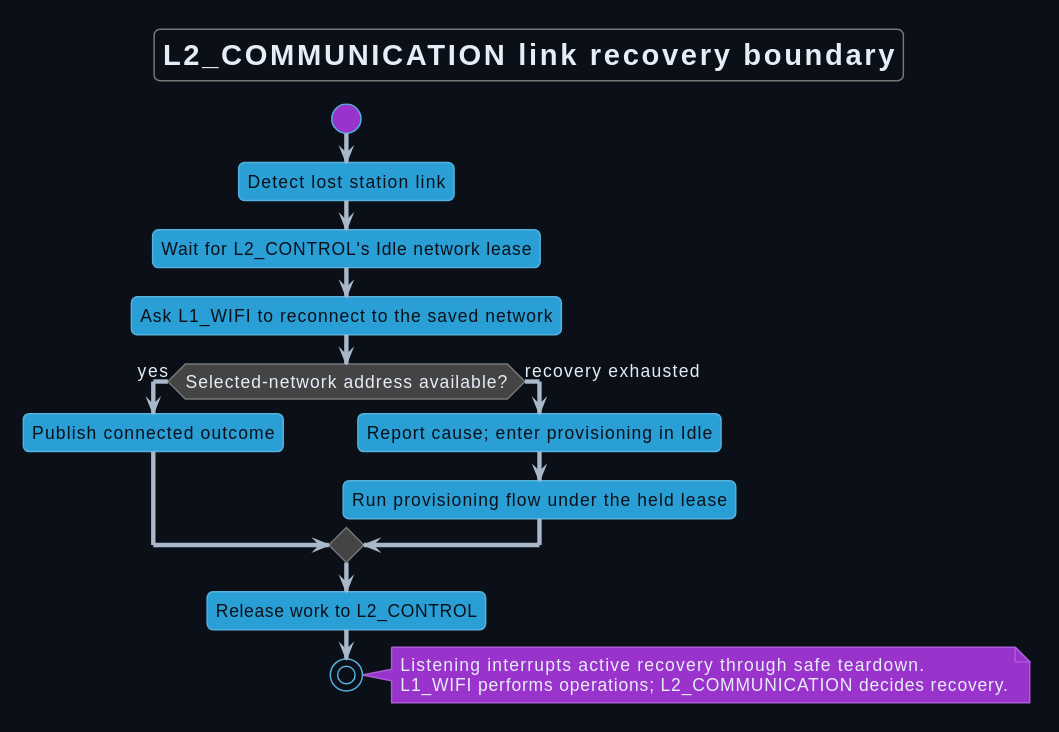
Above: Development/system/architecture/COMMUNICATION/rendered/link_recovery.svg in DemonicPsychoII/DigitalStethoscope (PlantUML), before the change.
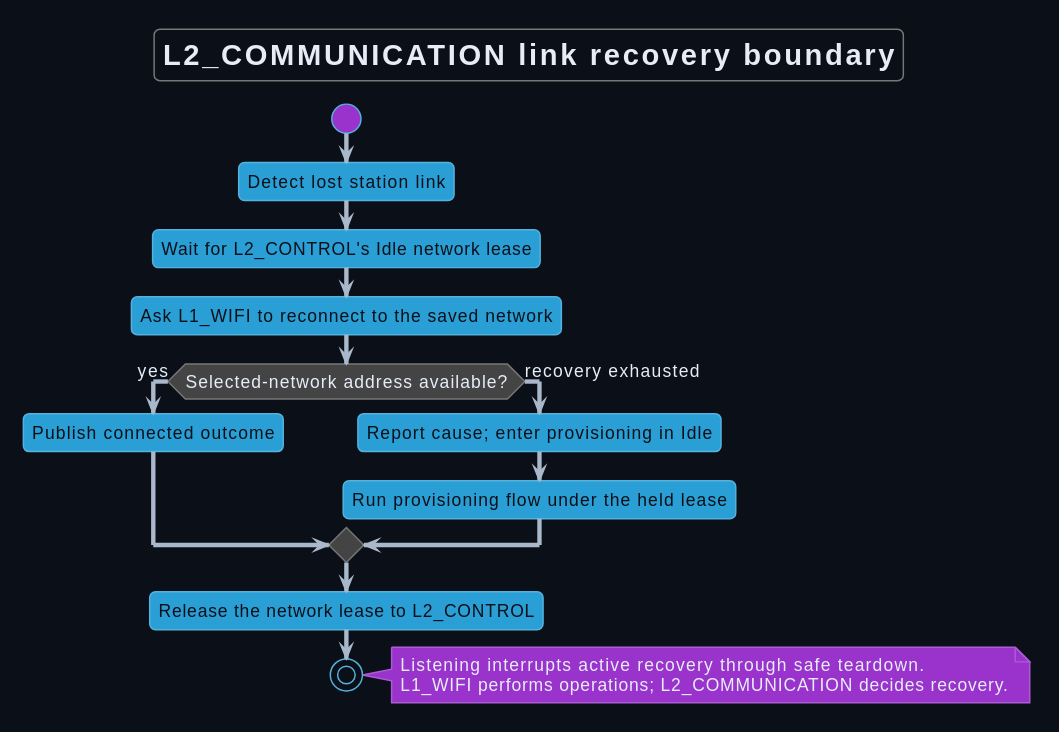
Above is the later version.

Change to the diagram source:
```diff
@@ -20,7 +20,7 @@
  :Report cause; enter provisioning in Idle;
  :Run provisioning flow under the held lease;
 endif
-:Release work to L2_CONTROL;
+:Release the network lease to L2_CONTROL;
 stop
 note right
  Listening interrupts active recovery through safe teardown.
```
